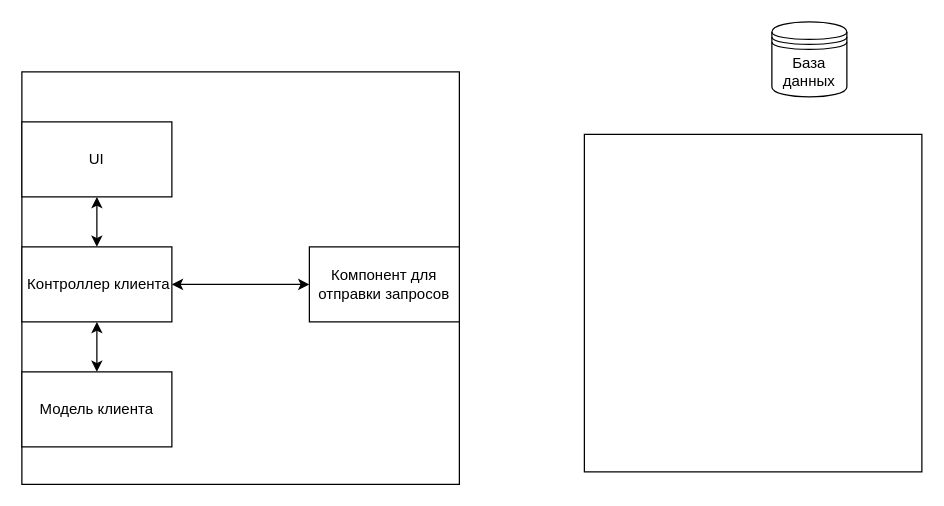
The draw.io diagram ArchitectureDiagram.drawio in hse-2024-java-android-sport-app/sport-app-project, before the edit. Source tidied: cells renumbered, new cells numbered last; positions are measured from the earlier drawing's top-left corner, leaving out a move shared by most shapes. Both pictures are drawn from the tidied source at 125%, with x=0, y=0 at pixel (21, 21).
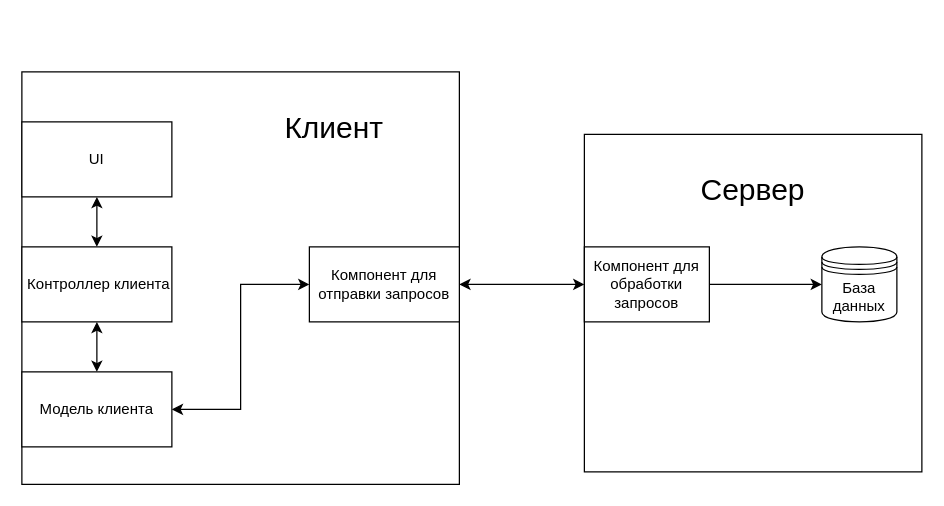
The same page after the edit.

Commit message:
fix client and add server to ArchitectureDiagram.drawio

Change to the diagram source:
```diff
@@
 <mxGraphModel>
   <root>
     <mxCell id="0" />
     <mxCell id="1" parent="0" />
-    <mxCell id="2" value="База данных" style="shape=datastore;whiteSpace=wrap;html=1;" parent="1" vertex="1">
-      <mxGeometry x="600" width="60" height="60" as="geometry" />
-    </mxCell>
     <mxCell id="3" style="rounded=0;whiteSpace=wrap;html=1;" parent="1" vertex="1">
       <mxGeometry y="40" width="350" height="330" as="geometry" />
     </mxCell>
     <mxCell id="4" style="edgeStyle=orthogonalEdgeStyle;rounded=0;jettySize=auto;html=1;exitX=0.5;exitY=1;exitDx=0;exitDy=0;entryX=0.5;entryY=0;entryDx=0;entryDy=0;startArrow=classic;startFill=1;" parent="1" edge="1" source="5" target="7">
       <mxGeometry relative="1" as="geometry" />
     </mxCell>
     <mxCell id="5" value="UI" style="rounded=0;whiteSpace=wrap;html=1;" parent="1" vertex="1">
       <mxGeometry y="80" width="120" height="60" as="geometry" />
     </mxCell>
-    <mxCell id="6" style="edgeStyle=orthogonalEdgeStyle;rounded=0;jettySize=auto;html=1;exitX=1;exitY=0.5;exitDx=0;exitDy=0;entryX=0;entryY=0.5;entryDx=0;entryDy=0;startArrow=classic;startFill=1;" parent="1" edge="1" source="7" target="8">
+    <mxCell id="6" style="edgeStyle=orthogonalEdgeStyle;rounded=0;jettySize=auto;html=1;exitX=1;exitY=0.5;exitDx=0;exitDy=0;entryX=0;entryY=0.5;entryDx=0;entryDy=0;startArrow=classic;startFill=1;" parent="1" edge="1" source="10" target="8">
       <mxGeometry relative="1" as="geometry" />
     </mxCell>
     <mxCell id="7" value="&amp;nbsp;Контроллер клиента" style="rounded=0;whiteSpace=wrap;html=1;" parent="1" vertex="1">
       <mxGeometry y="180" width="120" height="60" as="geometry" />
     </mxCell>
+    <mxCell id="12" style="edgeStyle=orthogonalEdgeStyle;rounded=0;jettySize=auto;html=1;exitX=1;exitY=0.5;exitDx=0;exitDy=0;entryX=0;entryY=0.5;entryDx=0;entryDy=0;startArrow=classic;startFill=1;" parent="1" edge="1" source="8" target="14">
+      <mxGeometry relative="1" as="geometry" />
+    </mxCell>
     <mxCell id="8" value="Компонент для отправки запросов" style="rounded=0;whiteSpace=wrap;html=1;" parent="1" vertex="1">
       <mxGeometry x="230" y="180" width="120" height="60" as="geometry" />
     </mxCell>
-    <mxCell id="9" style="edgeStyle=orthogonalEdgeStyle;rounded=0;jettySize=auto;html=1;exitX=0.5;exitY=0;exitDx=0;exitDy=0;entryX=0.5;entryY=1;entryDx=0;entryDy=0;startArrow=classic;startFill=1;" parent="1" edge="1" source="10" target="7">
+    <mxCell id="9" style="edgeStyle=orthogonalEdgeStyle;rounded=0;jettySize=auto;html=1;exitX=0.5;exitY=0;exitDx=0;exitDy=0;entryX=0.5;entryY=1;entryDx=0;entryDy=0;startArrow=classic;startFill=1;endArrow=classic;endFill=1;" parent="1" edge="1" source="10" target="7">
       <mxGeometry relative="1" as="geometry" />
     </mxCell>
     <mxCell id="10" value="Модель клиента" style="rounded=0;whiteSpace=wrap;html=1;" parent="1" vertex="1">
       <mxGeometry y="280" width="120" height="60" as="geometry" />
     </mxCell>
     <mxCell id="11" style="rounded=0;whiteSpace=wrap;html=1;" parent="1" vertex="1">
       <mxGeometry x="450" y="90" width="270" height="270" as="geometry" />
     </mxCell>
+    <mxCell id="2" value="База данных" style="shape=datastore;whiteSpace=wrap;html=1;" parent="1" vertex="1">
+      <mxGeometry x="640" y="180" width="60" height="60" as="geometry" />
+    </mxCell>
+    <mxCell id="13" style="edgeStyle=orthogonalEdgeStyle;rounded=0;jettySize=auto;html=1;exitX=1;exitY=0.5;exitDx=0;exitDy=0;entryX=0;entryY=0.5;entryDx=0;entryDy=0;startArrow=none;startFill=0;" parent="1" edge="1" source="14" target="2">
+      <mxGeometry relative="1" as="geometry" />
+    </mxCell>
+    <mxCell id="14" value="Компонент для обработки запросов" style="rounded=0;whiteSpace=wrap;html=1;" parent="1" vertex="1">
+      <mxGeometry x="450" y="180" width="100" height="60" as="geometry" />
+    </mxCell>
+    <mxCell id="15" value="&lt;font style=&quot;font-size: 24px;&quot;&gt;Клиент&lt;/font&gt;" style="text;html=1;align=center;verticalAlign=middle;whiteSpace=wrap;rounded=0;" parent="1" vertex="1">
+      <mxGeometry x="200" y="60" width="100" height="50" as="geometry" />
+    </mxCell>
+    <mxCell id="16" value="&lt;font style=&quot;font-size: 24px;&quot;&gt;Сервер&lt;/font&gt;" style="text;html=1;align=center;verticalAlign=middle;whiteSpace=wrap;rounded=0;" parent="1" vertex="1">
+      <mxGeometry x="555" y="120" width="60" height="30" as="geometry" />
+    </mxCell>
   </root>
 </mxGraphModel>
```
